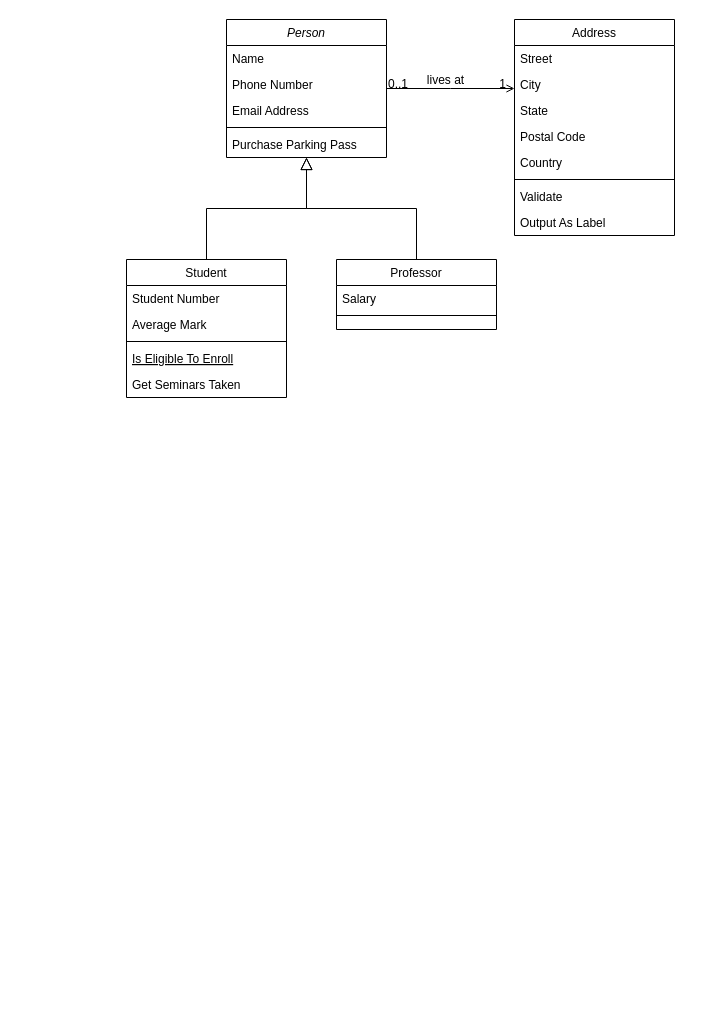
The draw.io diagram Untitled Diagram.drawio in wzj9050/gama_code2, before the edit. Source tidied: cells renumbered, new cells numbered last; positions are measured from the earlier drawing's top-left corner, leaving out a move shared by most shapes. Both pictures are drawn from the tidied source at 100%, with x=0, y=0 at pixel (126, 19).
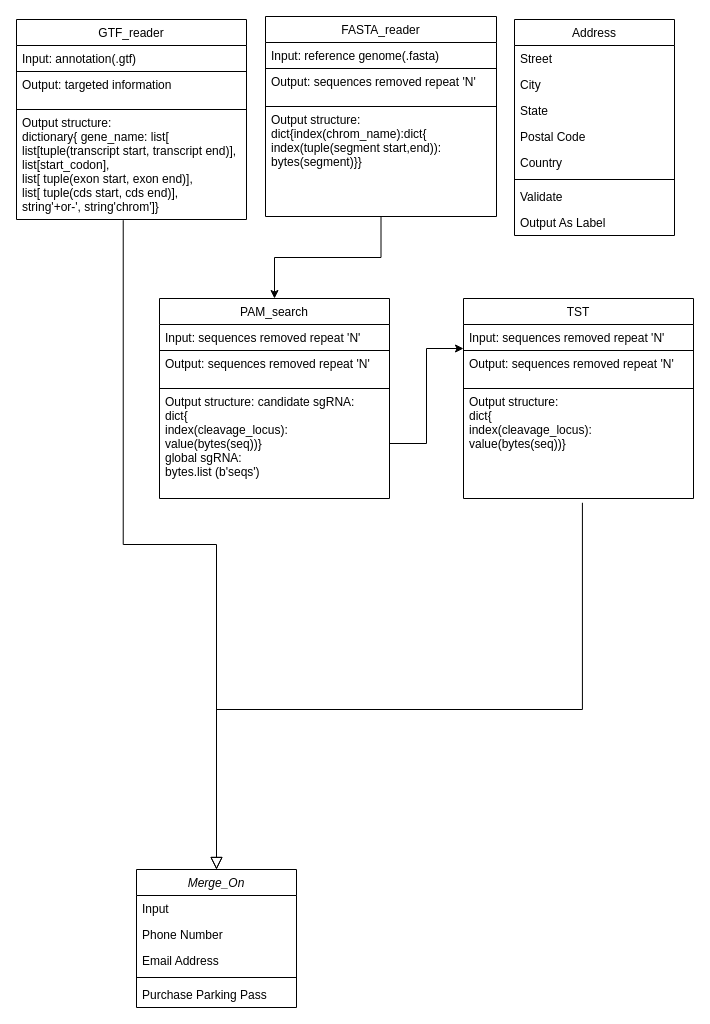
The same diagram, later.

Unchanged cells that the change refers to:
```xml
<mxCell id="19" value="Address" style="swimlane;fontStyle=0;align=center;verticalAlign=top;horizontal=1;startSize=26;rounded=0;shadow=0;strokeWidth=1;" parent="1" vertex="1">
  <mxGeometry x="388" width="160" height="216" as="geometry" />
</mxCell>
```

The edit, as a diff of the source:
```diff
@@
-    <mxCell id="2" value="Person" style="swimlane;fontStyle=2;align=center;verticalAlign=top;horizontal=1;startSize=26;rounded=0;shadow=0;strokeWidth=1;" parent="1" vertex="1">
-      <mxGeometry x="100" width="160" height="138" as="geometry" />
+    <mxCell id="2" value="Merge_On" style="swimlane;fontStyle=2;align=center;verticalAlign=top;horizontal=1;startSize=26;rounded=0;shadow=0;strokeWidth=1;" parent="1" vertex="1">
+      <mxGeometry x="10" y="850" width="160" height="138" as="geometry" />
     </mxCell>
-    <mxCell id="3" value="Name" style="text;align=left;verticalAlign=top;spacingLeft=4;spacingRight=4;overflow=hidden;" parent="2" vertex="1">
+    <mxCell id="3" value="Input" style="text;align=left;verticalAlign=top;spacingLeft=4;spacingRight=4;overflow=hidden;" parent="2" vertex="1">
       <mxGeometry y="26" width="160" height="26" as="geometry" />
     </mxCell>
@@
-    <mxCell id="8" value="Student" style="swimlane;fontStyle=0;align=center;verticalAlign=top;horizontal=1;startSize=26;rounded=0;shadow=0;strokeWidth=1;" parent="1" vertex="1">
-      <mxGeometry y="240" width="160" height="138" as="geometry" />
-    </mxCell>
-    <mxCell id="9" value="Student Number" style="text;align=left;verticalAlign=top;spacingLeft=4;spacingRight=4;overflow=hidden;" parent="8" vertex="1">
-      <mxGeometry y="26" width="160" height="26" as="geometry" />
-    </mxCell>
-    <mxCell id="10" value="Average Mark" style="text;align=left;verticalAlign=top;spacingLeft=4;spacingRight=4;overflow=hidden;rounded=0;shadow=0;html=0;" parent="8" vertex="1">
-      <mxGeometry y="52" width="160" height="26" as="geometry" />
-    </mxCell>
-    <mxCell id="11" style="line;html=1;strokeWidth=1;align=left;verticalAlign=middle;spacingTop=-1;spacingLeft=3;spacingRight=3;labelPosition=right;" parent="8" vertex="1">
-      <mxGeometry y="78" width="160" height="8" as="geometry" />
-    </mxCell>
-    <mxCell id="12" value="Is Eligible To Enroll" style="text;align=left;verticalAlign=top;spacingLeft=4;spacingRight=4;overflow=hidden;fontStyle=4;" parent="8" vertex="1">
-      <mxGeometry y="86" width="160" height="26" as="geometry" />
-    </mxCell>
-    <mxCell id="13" value="Get Seminars Taken" style="text;align=left;verticalAlign=top;spacingLeft=4;spacingRight=4;overflow=hidden;" parent="8" vertex="1">
-      <mxGeometry y="112" width="160" height="26" as="geometry" />
-    </mxCell>
-    <mxCell id="14" style="endArrow=block;endSize=10;endFill=0;shadow=0;strokeWidth=1;rounded=0;edgeStyle=elbowEdgeStyle;elbow=vertical;" parent="1" edge="1" source="8" target="2">
+    <mxCell id="14" style="endArrow=block;endSize=10;endFill=0;shadow=0;strokeWidth=1;rounded=0;edgeStyle=elbowEdgeStyle;elbow=vertical;exitX=0.464;exitY=1.006;exitDx=0;exitDy=0;entryX=0.5;entryY=0;entryDx=0;entryDy=0;exitPerimeter=0;" parent="1" edge="1" source="35" target="2">
       <mxGeometry relative="1" as="geometry" />
     </mxCell>
-    <mxCell id="15" value="Professor" style="swimlane;fontStyle=0;align=center;verticalAlign=top;horizontal=1;startSize=26;rounded=0;shadow=0;strokeWidth=1;" parent="1" vertex="1">
-      <mxGeometry x="210" y="240" width="160" height="70" as="geometry" />
-    </mxCell>
-    <mxCell id="16" value="Salary" style="text;align=left;verticalAlign=top;spacingLeft=4;spacingRight=4;overflow=hidden;" parent="15" vertex="1">
-      <mxGeometry y="26" width="160" height="26" as="geometry" />
-    </mxCell>
-    <mxCell id="17" style="line;html=1;strokeWidth=1;align=left;verticalAlign=middle;spacingTop=-1;spacingLeft=3;spacingRight=3;labelPosition=right;" parent="15" vertex="1">
-      <mxGeometry y="52" width="160" height="8" as="geometry" />
-    </mxCell>
-    <mxCell id="18" style="endArrow=block;endSize=10;endFill=0;shadow=0;strokeWidth=1;rounded=0;edgeStyle=elbowEdgeStyle;elbow=vertical;" parent="1" edge="1" source="15" target="2">
-      <mxGeometry relative="1" as="geometry" />
+    <mxCell id="18" style="endArrow=block;endSize=10;endFill=0;shadow=0;strokeWidth=1;rounded=0;edgeStyle=elbowEdgeStyle;elbow=vertical;exitX=0.517;exitY=1.039;exitDx=0;exitDy=0;exitPerimeter=0;" parent="1" edge="1" source="48" target="2">
+      <mxGeometry relative="1" as="geometry">
+        <Array as="points">
+          <mxPoint x="280" y="690" />
+        </Array>
+      </mxGeometry>
     </mxCell>
@@
-    <mxCell id="28" style="endArrow=open;shadow=0;strokeWidth=1;rounded=0;endFill=1;edgeStyle=elbowEdgeStyle;elbow=vertical;" parent="1" edge="1" source="2" target="19">
-      <mxGeometry x="0.5" y="41" relative="1" as="geometry">
-        <mxPoint x="-40" y="32" as="offset" />
-      </mxGeometry>
-    </mxCell>
-    <mxCell id="29" value="0..1" style="align=left;verticalAlign=bottom;labelBackgroundColor=none;fontSize=12;" parent="28" vertex="1">
-      <mxGeometry x="-1" relative="1" as="geometry">
-        <mxPoint y="4" as="offset" />
-      </mxGeometry>
-    </mxCell>
-    <mxCell id="30" value="1" style="align=right;verticalAlign=bottom;labelBackgroundColor=none;fontSize=12;" parent="28" vertex="1">
-      <mxGeometry x="1" relative="1" as="geometry">
-        <mxPoint x="-7" y="4" as="offset" />
-      </mxGeometry>
-    </mxCell>
-    <mxCell id="31" value="lives at" style="text;html=1;align=center;verticalAlign=middle;labelBackgroundColor=none;rounded=0;shadow=0;strokeWidth=1;fontSize=12;" parent="28" vertex="1">
-      <mxGeometry x="0.5" y="49" relative="1" as="geometry">
-        <mxPoint x="-38" y="40" as="offset" />
-      </mxGeometry>
-    </mxCell>
+    <mxCell id="32" value="GTF_reader" style="swimlane;fontStyle=0;horizontal=1;startSize=26;" parent="1" vertex="1">
+      <mxGeometry x="-110" width="230" height="200" as="geometry" />
+    </mxCell>
+    <mxCell id="33" value="Input: annotation(.gtf)" style="text;strokeColor=none;fillColor=none;align=left;verticalAlign=top;spacingLeft=4;spacingRight=4;overflow=hidden;" parent="32" vertex="1">
+      <mxGeometry y="26" width="230" height="26" as="geometry" />
+    </mxCell>
+    <mxCell id="34" value="Output: targeted information" style="text;fillColor=none;align=left;verticalAlign=top;spacingLeft=4;spacingRight=4;overflow=hidden;strokeColor=#000000;" parent="32" vertex="1">
+      <mxGeometry y="52" width="230" height="38" as="geometry" />
+    </mxCell>
+    <mxCell id="35" value="Output structure:&#10;dictionary{ gene_name: list[ &#10;list[tuple(transcript start, transcript end)], &#10;list[start_codon], &#10;list[ tuple(exon start, exon end)], &#10;list[ tuple(cds start, cds end)], &#10;string'+or-', string'chrom']}" style="text;strokeColor=none;fillColor=none;align=left;verticalAlign=top;spacingLeft=4;spacingRight=4;overflow=hidden;points=[[0,0.5],[1,0.5]];portConstraint=eastwest;" parent="32" vertex="1">
+      <mxGeometry y="90" width="230" height="110" as="geometry" />
+    </mxCell>
+    <mxCell id="36" style="edgeStyle=orthogonalEdgeStyle;rounded=0;jettySize=auto;html=1;exitX=0.5;exitY=1;exitDx=0;exitDy=0;entryX=0.5;entryY=0;entryDx=0;entryDy=0;" parent="1" edge="1" source="37" target="41">
+      <mxGeometry relative="1" as="geometry" />
+    </mxCell>
+    <mxCell id="37" value="FASTA_reader" style="swimlane;fontStyle=0;horizontal=1;startSize=26;" parent="1" vertex="1">
+      <mxGeometry x="139" y="-3" width="231" height="200" as="geometry" />
+    </mxCell>
+    <mxCell id="38" value="Input: reference genome(.fasta)" style="text;strokeColor=none;fillColor=none;align=left;verticalAlign=top;spacingLeft=4;spacingRight=4;overflow=hidden;" parent="37" vertex="1">
+      <mxGeometry y="26" width="231" height="26" as="geometry" />
+    </mxCell>
+    <mxCell id="39" value="Output: sequences removed repeat 'N'" style="text;fillColor=none;align=left;verticalAlign=top;spacingLeft=4;spacingRight=4;overflow=hidden;strokeColor=#000000;" parent="37" vertex="1">
+      <mxGeometry y="52" width="231" height="38" as="geometry" />
+    </mxCell>
+    <mxCell id="40" value="Output structure:&#10;dict{index(chrom_name):dict{&#10;index(tuple(segment start,end)):&#10;bytes(segment)}}" style="text;strokeColor=none;fillColor=none;align=left;verticalAlign=top;spacingLeft=4;spacingRight=4;overflow=hidden;" parent="37" vertex="1">
+      <mxGeometry y="90" width="231" height="110" as="geometry" />
+    </mxCell>
+    <mxCell id="41" value="PAM_search" style="swimlane;fontStyle=0;horizontal=1;startSize=26;" parent="1" vertex="1">
+      <mxGeometry x="33" y="279" width="230" height="200" as="geometry" />
+    </mxCell>
+    <mxCell id="42" value="Input: sequences removed repeat 'N'" style="text;strokeColor=none;fillColor=none;align=left;verticalAlign=top;spacingLeft=4;spacingRight=4;overflow=hidden;" parent="41" vertex="1">
+      <mxGeometry y="26" width="230" height="26" as="geometry" />
+    </mxCell>
+    <mxCell id="43" value="Output: sequences removed repeat 'N'" style="text;fillColor=none;align=left;verticalAlign=top;spacingLeft=4;spacingRight=4;overflow=hidden;strokeColor=#000000;" parent="41" vertex="1">
+      <mxGeometry y="52" width="230" height="38" as="geometry" />
+    </mxCell>
+    <mxCell id="44" value="Output structure: candidate sgRNA:&#10;dict{&#10;index(cleavage_locus): &#10;value(bytes(seq))}&#10;global sgRNA:&#10;bytes.list (b'seqs')" style="text;strokeColor=none;fillColor=none;align=left;verticalAlign=top;spacingLeft=4;spacingRight=4;overflow=hidden;points=[[0,0.5],[1,0.5]];portConstraint=eastwest;" parent="41" vertex="1">
+      <mxGeometry y="90" width="230" height="110" as="geometry" />
+    </mxCell>
+    <mxCell id="45" value="TST" style="swimlane;fontStyle=0;horizontal=1;startSize=26;" parent="1" vertex="1">
+      <mxGeometry x="337" y="279" width="230" height="200" as="geometry" />
+    </mxCell>
+    <mxCell id="46" value="Input: sequences removed repeat 'N'" style="text;strokeColor=none;fillColor=none;align=left;verticalAlign=top;spacingLeft=4;spacingRight=4;overflow=hidden;" parent="45" vertex="1">
+      <mxGeometry y="26" width="230" height="26" as="geometry" />
+    </mxCell>
+    <mxCell id="47" value="Output: sequences removed repeat 'N'" style="text;fillColor=none;align=left;verticalAlign=top;spacingLeft=4;spacingRight=4;overflow=hidden;strokeColor=#000000;" parent="45" vertex="1">
+      <mxGeometry y="52" width="230" height="38" as="geometry" />
+    </mxCell>
+    <mxCell id="48" value="Output structure:&#10;dict{&#10;index(cleavage_locus): &#10;value(bytes(seq))}" style="text;strokeColor=none;fillColor=none;align=left;verticalAlign=top;spacingLeft=4;spacingRight=4;overflow=hidden;points=[[0,0.5],[1,0.5]];portConstraint=eastwest;" parent="45" vertex="1">
+      <mxGeometry y="90" width="230" height="110" as="geometry" />
+    </mxCell>
+    <mxCell id="49" style="edgeStyle=orthogonalEdgeStyle;rounded=0;jettySize=auto;html=1;exitX=1;exitY=0.5;exitDx=0;exitDy=0;entryX=0;entryY=0.25;entryDx=0;entryDy=0;" parent="1" edge="1" source="44" target="45">
+      <mxGeometry relative="1" as="geometry" />
+    </mxCell>
```
